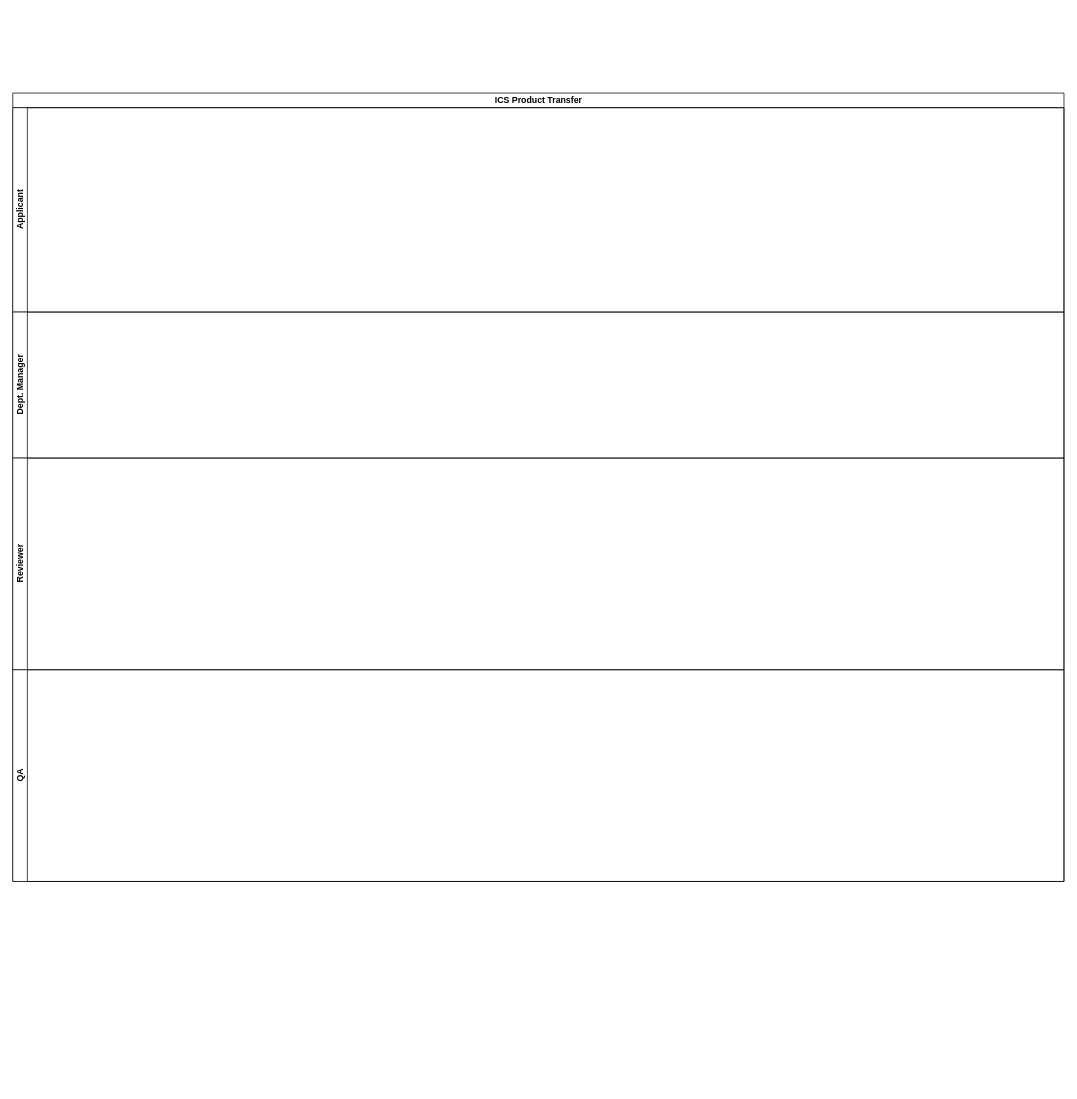
The draw.io diagram ICS.drawio in vinceliao99/MyDiagrams, before the edit. Source tidied: cells renumbered, new cells numbered last; positions are measured from the earlier drawing's top-left corner, leaving out a move shared by most shapes. Both pictures are drawn from the tidied source at 73%, with x=0, y=0 at pixel (12, 93).
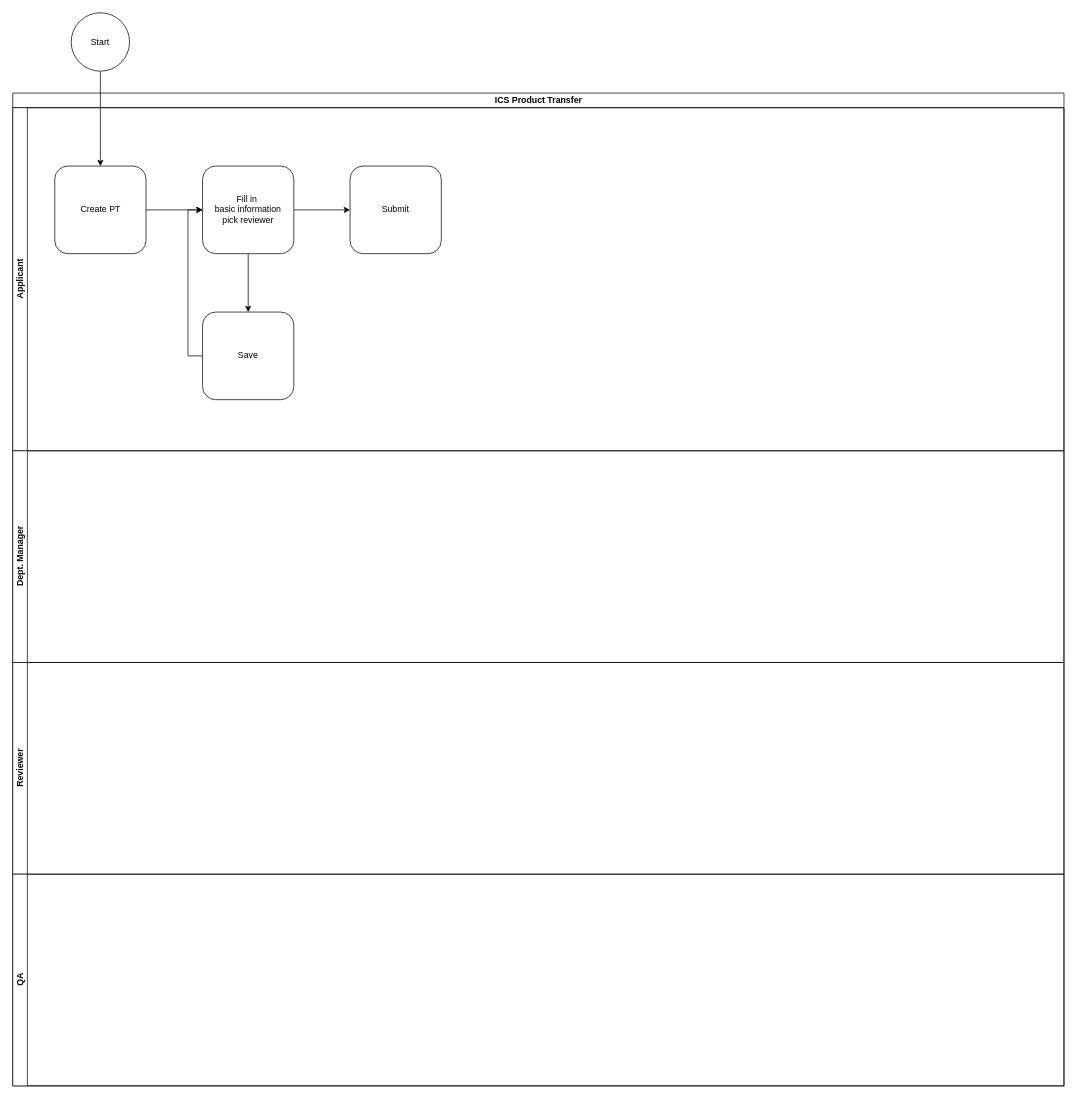
After the change.

The edit, as a diff of the source:
```diff
@@
 <mxGraphModel>
   <root>
     <mxCell id="0" />
     <mxCell id="1" parent="0" />
     <mxCell id="2" value="ICS Product Transfer" style="swimlane;horizontal=1;startSize=20;html=1;" parent="1" vertex="1">
-      <mxGeometry width="1440" height="1080" as="geometry" />
+      <mxGeometry width="1440" height="1360" as="geometry" />
     </mxCell>
     <mxCell id="3" value="Applicant" style="swimlane;startSize=20;horizontal=0;html=1;" parent="2" vertex="1">
-      <mxGeometry y="20" width="1440" height="280" as="geometry" />
+      <mxGeometry y="20" width="1440" height="470" as="geometry" />
     </mxCell>
+    <mxCell id="7" style="edgeStyle=orthogonalEdgeStyle;rounded=0;jettySize=auto;html=1;exitX=1;exitY=0.5;exitDx=0;exitDy=0;entryX=0;entryY=0.5;entryDx=0;entryDy=0;" parent="3" edge="1" source="8" target="11">
+      <mxGeometry relative="1" as="geometry" />
+    </mxCell>
+    <mxCell id="8" value="Create PT" style="rounded=1;whiteSpace=wrap;html=1;" parent="3" vertex="1">
+      <mxGeometry x="57.5" y="80" width="125" height="120" as="geometry" />
+    </mxCell>
+    <mxCell id="9" style="edgeStyle=orthogonalEdgeStyle;rounded=0;jettySize=auto;html=1;exitX=0.5;exitY=1;exitDx=0;exitDy=0;entryX=0.5;entryY=0;entryDx=0;entryDy=0;" parent="3" edge="1" source="11" target="13">
+      <mxGeometry relative="1" as="geometry" />
+    </mxCell>
+    <mxCell id="10" style="edgeStyle=orthogonalEdgeStyle;rounded=0;jettySize=auto;html=1;exitX=1;exitY=0.5;exitDx=0;exitDy=0;entryX=0;entryY=0.5;entryDx=0;entryDy=0;" parent="3" edge="1" source="11" target="14">
+      <mxGeometry relative="1" as="geometry" />
+    </mxCell>
+    <mxCell id="11" value="Fill in&amp;nbsp;&lt;br&gt;basic information&lt;br&gt;pick reviewer" style="rounded=1;whiteSpace=wrap;html=1;" parent="3" vertex="1">
+      <mxGeometry x="260" y="80" width="125" height="120" as="geometry" />
+    </mxCell>
+    <mxCell id="12" style="edgeStyle=orthogonalEdgeStyle;rounded=0;jettySize=auto;html=1;exitX=0;exitY=0.5;exitDx=0;exitDy=0;entryX=0;entryY=0.5;entryDx=0;entryDy=0;" parent="3" edge="1" source="13" target="11">
+      <mxGeometry relative="1" as="geometry" />
+    </mxCell>
+    <mxCell id="13" value="Save" style="rounded=1;whiteSpace=wrap;html=1;" parent="3" vertex="1">
+      <mxGeometry x="260" y="280" width="125" height="120" as="geometry" />
+    </mxCell>
+    <mxCell id="14" value="Submit" style="rounded=1;whiteSpace=wrap;html=1;" parent="3" vertex="1">
+      <mxGeometry x="462" y="80" width="125" height="120" as="geometry" />
+    </mxCell>
     <mxCell id="4" value="Dept. Manager" style="swimlane;startSize=20;horizontal=0;html=1;" parent="2" vertex="1">
-      <mxGeometry y="300" width="1440" height="200" as="geometry" />
+      <mxGeometry y="490" width="1440" height="290" as="geometry" />
     </mxCell>
     <mxCell id="5" value="Reviewer" style="swimlane;startSize=20;horizontal=0;html=1;" parent="2" vertex="1">
-      <mxGeometry y="500" width="1440" height="290" as="geometry" />
+      <mxGeometry y="780" width="1440" height="290" as="geometry" />
     </mxCell>
     <mxCell id="6" value="QA" style="swimlane;startSize=20;horizontal=0;html=1;" parent="2" vertex="1">
-      <mxGeometry y="790" width="1440" height="290" as="geometry" />
+      <mxGeometry y="1070" width="1440" height="290" as="geometry" />
     </mxCell>
+    <mxCell id="15" style="edgeStyle=orthogonalEdgeStyle;rounded=0;jettySize=auto;html=1;exitX=0.5;exitY=1;exitDx=0;exitDy=0;entryX=0.5;entryY=0;entryDx=0;entryDy=0;" parent="1" edge="1" source="16" target="8">
+      <mxGeometry relative="1" as="geometry" />
+    </mxCell>
+    <mxCell id="16" value="Start" style="ellipse;whiteSpace=wrap;html=1;" parent="1" vertex="1">
+      <mxGeometry x="80" y="-110" width="80" height="80" as="geometry" />
+    </mxCell>
   </root>
 </mxGraphModel>
```
